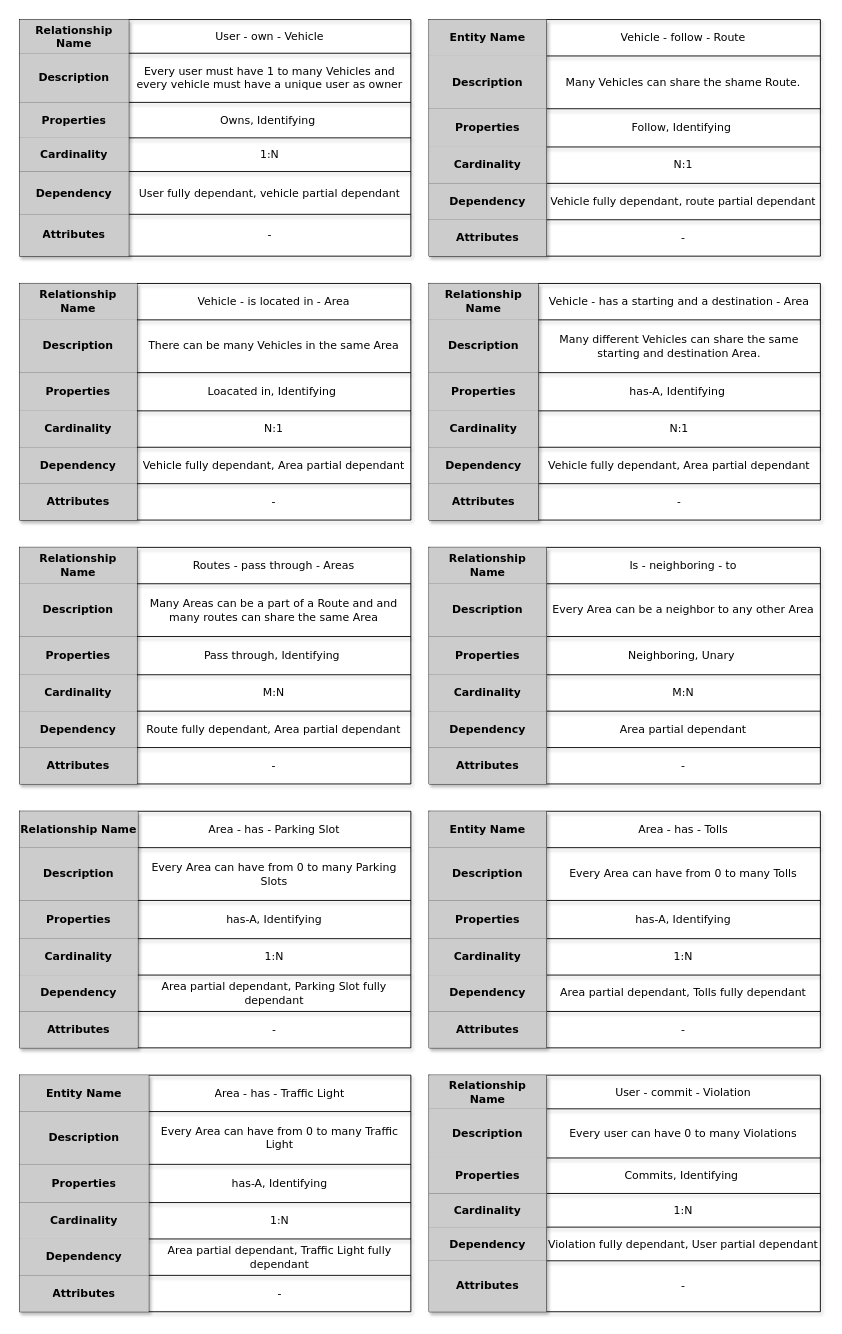
georgegito/smart-traffic-management-db keeps this draw.io diagram as page "Relationships" (4 of 8) of diagrams.drawio. Above is the earlier version. Source tidied: cells renumbered, new cells numbered last; positions are measured from the earlier drawing's top-left corner, leaving out a move shared by most shapes. Both pictures are drawn from the tidied source at 91%, with x=0, y=0 at pixel (19, 19).
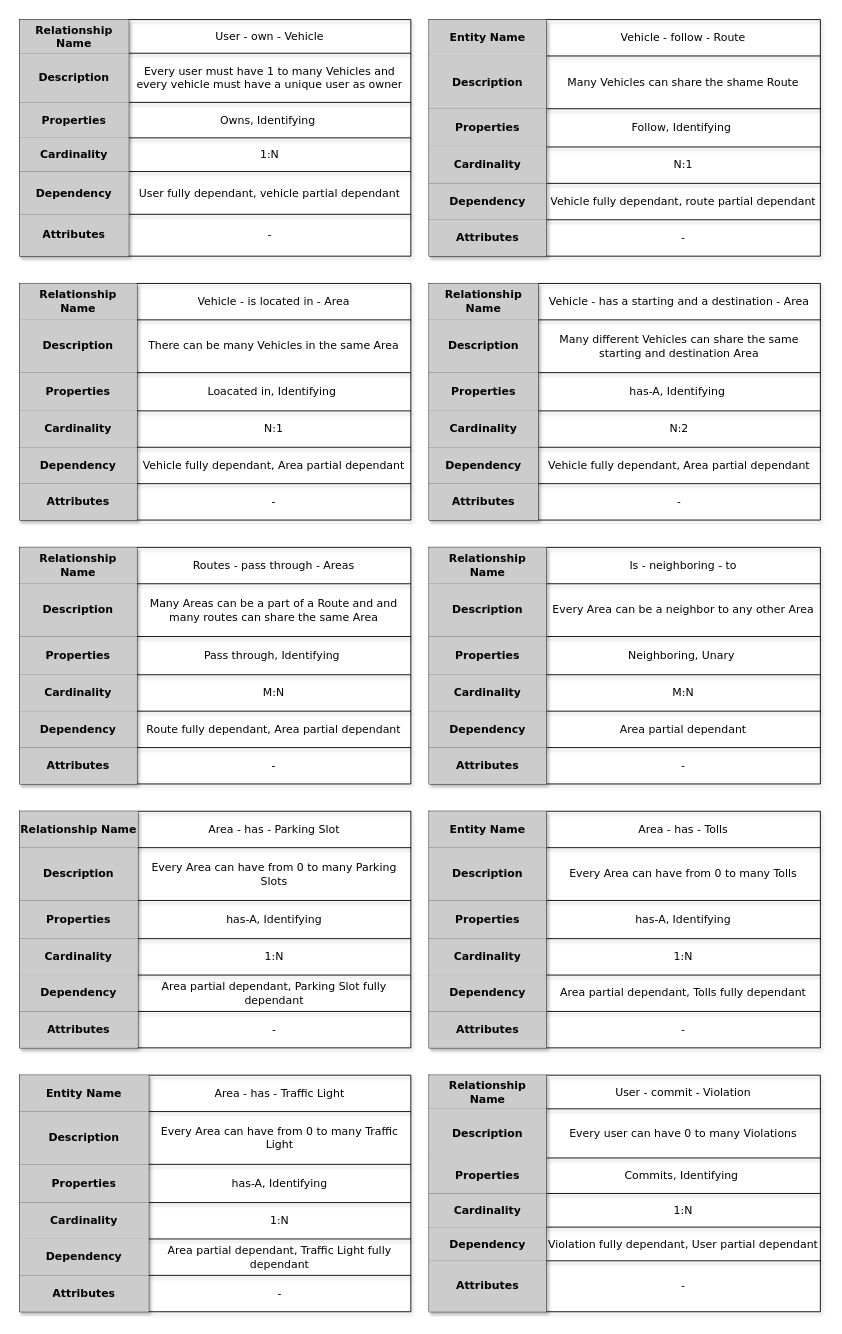
The same page after the edit.

The change refers to these unchanged cells:
```xml
<mxCell id="44" style="shape=partialRectangle;html=1;whiteSpace=wrap;fillColor=none;top=0;left=0;bottom=0;right=0;shadow=1;fontFamily=Verdana;" parent="40" vertex="1">
  <mxGeometry y="40" width="430" height="58" as="geometry" />
</mxCell>
<mxCell id="63" style="shape=partialRectangle;html=1;whiteSpace=wrap;fillColor=none;top=0;left=0;bottom=0;right=0;shadow=1;fontFamily=Verdana;" parent="59" vertex="1">
  <mxGeometry y="40" width="430" height="58" as="geometry" />
</mxCell>
<mxCell id="69" style="shape=partialRectangle;html=1;whiteSpace=wrap;fillColor=none;top=0;left=0;bottom=0;right=0;shadow=1;fontFamily=Verdana;" parent="59" vertex="1">
  <mxGeometry y="140" width="430" height="40" as="geometry" />
</mxCell>
```

What changed in the source:
```diff
@@
-    <mxCell id="46" value="Many Vehicles can share the shame Route." style="shape=partialRectangle;html=1;whiteSpace=wrap;fillColor=none;top=0;left=0;bottom=0;right=0;overflow=hidden;shadow=1;fontFamily=Verdana;" parent="44" vertex="1">
+    <mxCell id="46" value="Many Vehicles can share the shame Route" style="shape=partialRectangle;html=1;whiteSpace=wrap;fillColor=none;top=0;left=0;bottom=0;right=0;overflow=hidden;shadow=1;fontFamily=Verdana;" parent="44" vertex="1">
       <mxGeometry x="129" width="301" height="58" as="geometry" />
     </mxCell>
@@
-    <mxCell id="65" value="Many different Vehicles can share the same starting and destination Area." style="shape=partialRectangle;html=1;whiteSpace=wrap;fillColor=none;top=0;left=0;bottom=0;right=0;overflow=hidden;shadow=1;fontFamily=Verdana;" parent="63" vertex="1">
+    <mxCell id="65" value="Many different Vehicles can share the same starting and destination Area" style="shape=partialRectangle;html=1;whiteSpace=wrap;fillColor=none;top=0;left=0;bottom=0;right=0;overflow=hidden;shadow=1;fontFamily=Verdana;" parent="63" vertex="1">
       <mxGeometry x="120" width="310" height="58" as="geometry" />
     </mxCell>
@@
-    <mxCell id="71" value="N:1" style="shape=partialRectangle;html=1;whiteSpace=wrap;fillColor=none;top=0;left=0;bottom=0;right=0;overflow=hidden;align=center;shadow=1;fontFamily=Verdana;" parent="69" vertex="1">
+    <mxCell id="71" value="N:2" style="shape=partialRectangle;html=1;whiteSpace=wrap;fillColor=none;top=0;left=0;bottom=0;right=0;overflow=hidden;align=center;shadow=1;fontFamily=Verdana;" parent="69" vertex="1">
       <mxGeometry x="120" width="310" height="40" as="geometry" />
     </mxCell>
```
